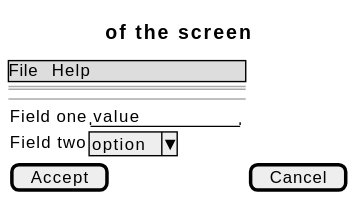
didactika/kampus keeps this PlantUML diagram as docs/01-requirements/use-cases/uploadFile/wireframes.svg. Above is the earlier version.
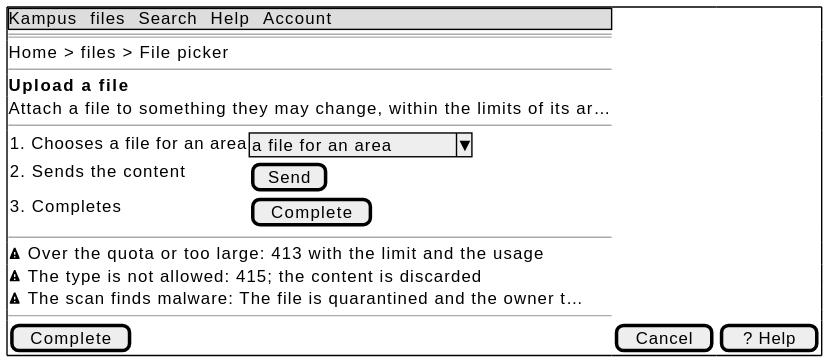
The same diagram one commit later.

What changed in the source:
```diff
@@ -1,13 +1,22 @@
 @startsalt
-{
-  {* File | Help }
+{+
+  {* Kampus | files | Search | Help | Account }
   ==
-  Title of the screen
+  Home > files > File picker
+  --
+  <b>Upload a file
+  Attach a file to something they may change, within the limits of its ar…
   --
   {
-    Field one | "value        "
-    Field two | ^option^
+    1. Chooses a file for an area | ^a file for an area^
+    2. Sends the content | [ Send ]
+    3. Completes | [ Complete ]
   }
-  [ Accept ] | [ Cancel ]
+  --
+  <&warning> Over the quota or too large: 413 with the limit and the usage
+  <&warning> The type is not allowed: 415; the content is discarded
+  <&warning> The scan finds malware: The file is quarantined and the owner t…
+  --
+  [ Complete ] | [ Cancel ] | [ ? Help ]
 }
 @endsalt
```
